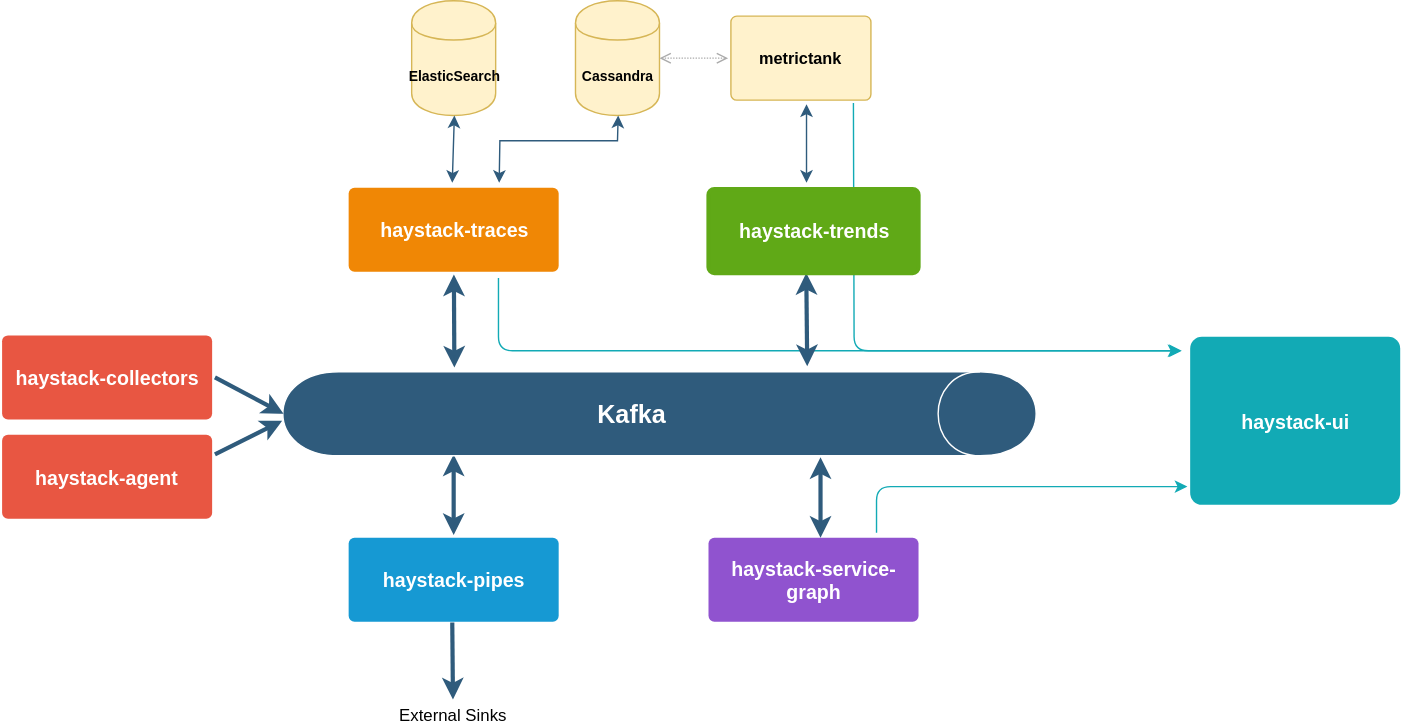
The draw.io diagram docsite/static/img/haystack-architecture.svg in ExpediaDotCom/haystack, before a commit. Source tidied: cells renumbered, new cells last; positions are measured from the earlier drawing's top-left corner, leaving out a move shared by most shapes.
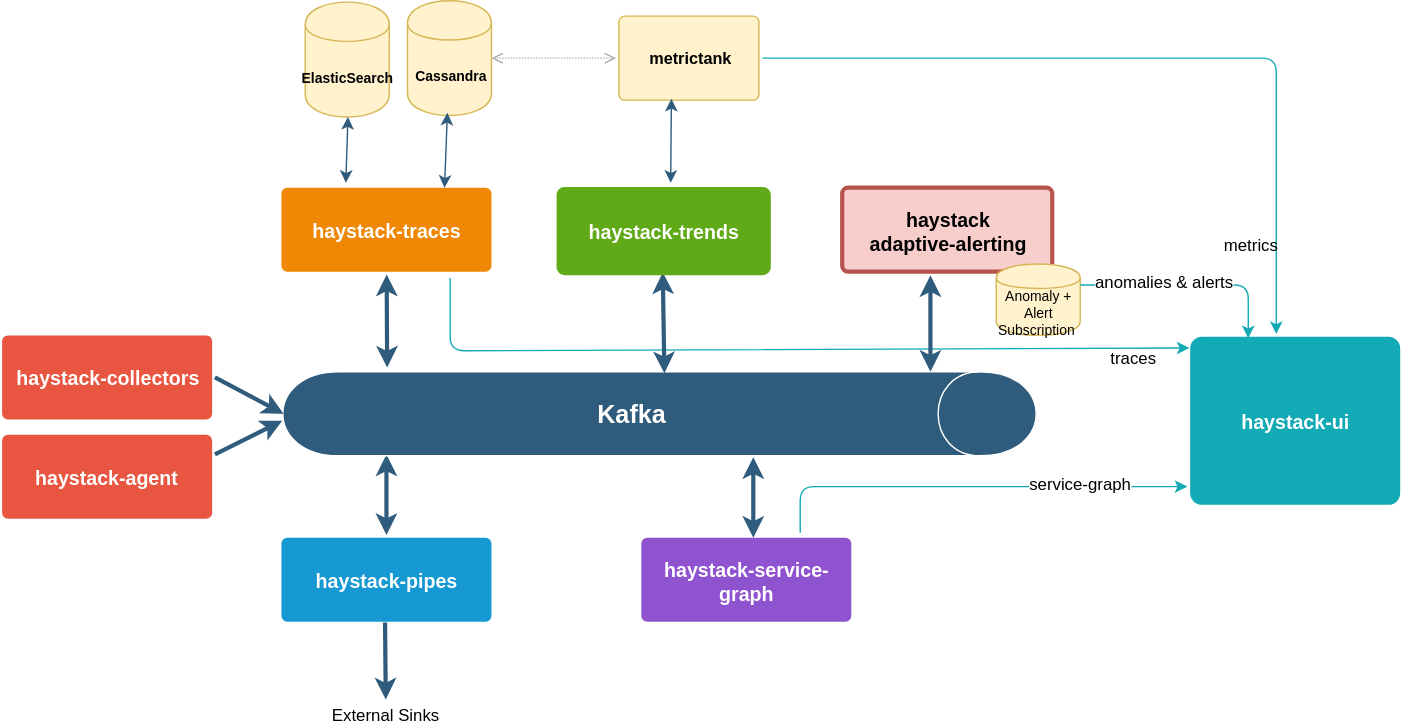
Above is the later version.

Change to the diagram source:
```diff
@@ -2,11 +2,15 @@
   <root>
     <mxCell id="0" />
     <mxCell id="1" parent="0" />
-    <mxCell id="2" style="edgeStyle=none;rounded=0;jumpStyle=none;html=1;shadow=0;labelBackgroundColor=none;startArrow=classic;startFill=1;endArrow=classic;endFill=1;jettySize=auto;strokeColor=#2F5B7C;strokeWidth=3;fontFamily=Helvetica;fontSize=16;fontColor=#23445D;spacing=5;exitX=-0.052;exitY=0.772;exitPerimeter=0;" parent="1" edge="1" source="10" target="7">
-      <mxGeometry relative="1" as="geometry" />
+    <mxCell id="2" style="edgeStyle=none;rounded=0;jumpStyle=none;html=1;shadow=0;labelBackgroundColor=none;startArrow=classic;startFill=1;endArrow=classic;endFill=1;jettySize=auto;strokeColor=#2F5B7C;strokeWidth=3;fontFamily=Helvetica;fontSize=16;fontColor=#23445D;spacing=5;exitX=-0.052;exitY=0.772;exitPerimeter=0;" parent="1" edge="1" target="7">
+      <mxGeometry relative="1" as="geometry">
+        <mxPoint x="275" y="262" as="sourcePoint" />
+      </mxGeometry>
     </mxCell>
-    <mxCell id="3" style="edgeStyle=none;rounded=0;jumpStyle=none;html=1;shadow=0;labelBackgroundColor=none;startArrow=classic;startFill=1;endArrow=classic;endFill=1;jettySize=auto;strokeColor=#2F5B7C;strokeWidth=3;fontFamily=Helvetica;fontSize=16;fontColor=#23445D;spacing=5;" parent="1" edge="1" source="4" target="6">
-      <mxGeometry relative="1" as="geometry" />
+    <mxCell id="3" style="edgeStyle=none;rounded=0;jumpStyle=none;html=1;shadow=0;labelBackgroundColor=none;startArrow=classic;startFill=1;endArrow=classic;endFill=1;jettySize=auto;strokeColor=#2F5B7C;strokeWidth=3;fontFamily=Helvetica;fontSize=16;fontColor=#23445D;spacing=5;" parent="1" edge="1" target="6">
+      <mxGeometry relative="1" as="geometry">
+        <mxPoint x="274.5" y="324" as="sourcePoint" />
+      </mxGeometry>
     </mxCell>
     <mxCell id="4" value="Advertising" style="rounded=1;whiteSpace=wrap;html=1;shadow=0;labelBackgroundColor=none;strokeColor=none;strokeWidth=3;fillColor=#2F5B7C;fontFamily=Helvetica;fontSize=16;fontColor=#FFFFFF;align=center;fontStyle=1;spacing=5;arcSize=7;perimeterSpacing=2;" parent="1" vertex="1">
       <mxGeometry x="247.5" y="271" width="150" height="51" as="geometry" />
@@ -15,20 +19,18 @@
       <mxGeometry y="310" width="150" height="60" as="geometry" />
     </mxCell>
     <mxCell id="6" value="haystack-pipes" style="rounded=1;whiteSpace=wrap;html=1;shadow=0;labelBackgroundColor=none;strokeColor=none;strokeWidth=3;fillColor=#1699d3;fontFamily=Helvetica;fontSize=14;fontColor=#FFFFFF;align=center;spacing=5;fontStyle=1;arcSize=7;perimeterSpacing=2;" parent="1" vertex="1">
-      <mxGeometry x="247.5" y="383.5" width="150" height="60" as="geometry" />
+      <mxGeometry x="199.5" y="383.5" width="150" height="60" as="geometry" />
     </mxCell>
     <mxCell id="7" value="haystack-traces" style="rounded=1;whiteSpace=wrap;html=1;shadow=0;labelBackgroundColor=none;strokeColor=none;strokeWidth=3;fillColor=#F08705;fontFamily=Helvetica;fontSize=14;fontColor=#FFFFFF;align=center;spacing=5;fontStyle=1;arcSize=7;perimeterSpacing=2;" parent="1" vertex="1">
-      <mxGeometry x="247.5" y="133.5" width="150" height="60" as="geometry" />
+      <mxGeometry x="199.5" y="133.5" width="150" height="60" as="geometry" />
     </mxCell>
     <mxCell id="8" value="haystack-ui" style="rounded=1;whiteSpace=wrap;html=1;shadow=0;labelBackgroundColor=none;strokeColor=none;strokeWidth=3;fillColor=#12aab5;fontFamily=Helvetica;fontSize=14;fontColor=#FFFFFF;align=center;spacing=5;fontStyle=1;arcSize=7;perimeterSpacing=2;" parent="1" vertex="1">
       <mxGeometry x="848.5" y="240" width="150" height="120" as="geometry" />
     </mxCell>
-    <mxCell id="9" style="edgeStyle=none;rounded=1;jumpStyle=none;html=1;shadow=0;labelBackgroundColor=none;startArrow=classic;startFill=1;jettySize=auto;orthogonalLoop=1;strokeColor=#12AAB5;strokeWidth=1;fontFamily=Helvetica;fontSize=14;fontColor=#FFFFFF;spacing=5;fontStyle=1;fillColor=#b0e3e6;endArrow=none;endFill=0;" parent="1" edge="1">
+    <mxCell id="9" style="edgeStyle=none;rounded=1;jumpStyle=none;html=1;shadow=0;labelBackgroundColor=none;startArrow=classic;startFill=1;jettySize=auto;strokeColor=#12AAB5;strokeWidth=1;fontFamily=Helvetica;fontSize=14;fontColor=#FFFFFF;spacing=5;fontStyle=1;fillColor=#b0e3e6;endArrow=none;endFill=0;entryX=0.795;entryY=1.039;entryDx=0;entryDy=0;entryPerimeter=0;exitX=0.01;exitY=0.081;exitDx=0;exitDy=0;exitPerimeter=0;" parent="1" edge="1" source="8" target="7">
       <mxGeometry relative="1" as="geometry">
-        <mxPoint x="842.5" y="250" as="sourcePoint" />
-        <mxPoint x="354.5" y="198" as="targetPoint" />
         <Array as="points">
-          <mxPoint x="354.5" y="250" />
+          <mxPoint x="320" y="250" />
         </Array>
       </mxGeometry>
     </mxCell>
@@ -41,79 +43,79 @@
     <mxCell id="12" style="edgeStyle=none;rounded=0;jumpStyle=none;html=1;shadow=0;labelBackgroundColor=none;startArrow=none;startFill=0;endArrow=classic;endFill=1;jettySize=auto;strokeColor=#2F5B7C;strokeWidth=3;fontFamily=Helvetica;fontSize=16;fontColor=#23445D;spacing=5;exitX=1;exitY=0.5;entryX=0.5;entryY=1;" parent="1" edge="1" source="11" target="10">
       <mxGeometry relative="1" as="geometry" />
     </mxCell>
-    <mxCell id="13" style="edgeStyle=none;rounded=0;jumpStyle=none;html=1;shadow=0;labelBackgroundColor=none;startArrow=classic;startFill=1;endArrow=classic;endFill=1;jettySize=auto;orthogonalLoop=1;strokeColor=#2F5B7C;strokeWidth=3;fontFamily=Helvetica;fontSize=16;fontColor=#23445D;spacing=5;exitX=-0.052;exitY=0.772;exitPerimeter=0;" parent="1" edge="1">
+    <mxCell id="13" style="edgeStyle=none;rounded=0;jumpStyle=none;html=1;shadow=0;labelBackgroundColor=none;startArrow=classic;startFill=1;endArrow=classic;endFill=1;jettySize=auto;orthogonalLoop=1;strokeColor=#2F5B7C;strokeWidth=3;fontFamily=Helvetica;fontSize=16;fontColor=#23445D;spacing=5;exitX=0.017;exitY=0.434;exitPerimeter=0;exitDx=0;exitDy=0;" parent="1" edge="1">
       <mxGeometry relative="1" as="geometry">
-        <mxPoint x="575" y="261" as="sourcePoint" />
-        <mxPoint x="574.3" y="194.5" as="targetPoint" />
+        <mxPoint x="473" y="266" as="sourcePoint" />
+        <mxPoint x="471.8" y="194" as="targetPoint" />
       </mxGeometry>
     </mxCell>
     <mxCell id="14" value="haystack-service-graph" style="rounded=1;whiteSpace=wrap;html=1;shadow=0;labelBackgroundColor=none;strokeColor=none;strokeWidth=3;fillColor=#9053CF;fontFamily=Helvetica;fontSize=14;fontColor=#FFFFFF;align=center;spacing=5;fontStyle=1;arcSize=7;perimeterSpacing=2;" parent="1" vertex="1">
-      <mxGeometry x="504.5" y="383.5" width="150" height="60" as="geometry" />
+      <mxGeometry x="456.5" y="383.5" width="150" height="60" as="geometry" />
     </mxCell>
     <mxCell id="15" style="edgeStyle=none;rounded=0;jumpStyle=none;html=1;shadow=0;labelBackgroundColor=none;startArrow=classic;startFill=1;endArrow=classic;endFill=1;jettySize=auto;orthogonalLoop=1;strokeColor=#2F5B7C;strokeWidth=3;fontFamily=Helvetica;fontSize=16;fontColor=#23445D;spacing=5;" parent="1" edge="1">
       <mxGeometry relative="1" as="geometry">
-        <mxPoint x="584.5" y="326" as="sourcePoint" />
-        <mxPoint x="584.5" y="383.5" as="targetPoint" />
+        <mxPoint x="536.5" y="326" as="sourcePoint" />
+        <mxPoint x="536.5" y="383.5" as="targetPoint" />
       </mxGeometry>
     </mxCell>
     <mxCell id="16" style="edgeStyle=none;rounded=1;jumpStyle=none;html=1;shadow=0;labelBackgroundColor=none;startArrow=classic;startFill=1;jettySize=auto;orthogonalLoop=1;strokeColor=#12AAB5;strokeWidth=1;fontFamily=Helvetica;fontSize=14;fontColor=#FFFFFF;spacing=5;fontStyle=1;fillColor=#b0e3e6;endArrow=none;endFill=0;" parent="1" edge="1">
       <mxGeometry relative="1" as="geometry">
         <mxPoint x="846.5" y="347" as="sourcePoint" />
-        <mxPoint x="624.5" y="380" as="targetPoint" />
+        <mxPoint x="570" y="380" as="targetPoint" />
         <Array as="points">
-          <mxPoint x="624.5" y="347" />
+          <mxPoint x="570" y="347" />
         </Array>
       </mxGeometry>
     </mxCell>
+    <mxCell id="29" value="service-graph" style="text;html=1;align=center;verticalAlign=middle;labelBackgroundColor=#ffffff;" parent="16" vertex="1">
+      <mxGeometry x="-0.5" y="-3" relative="1" as="geometry" />
+    </mxCell>
     <mxCell id="17" value="&lt;h5&gt;&lt;font&gt;ElasticSearch&lt;/font&gt;&lt;/h5&gt;" style="shape=cylinder;whiteSpace=wrap;html=1;boundedLbl=1;backgroundOutline=1;rotation=0;fillColor=#fff2cc;strokeColor=#d6b656;horizontal=1;" parent="1" vertex="1">
-      <mxGeometry x="292.5" width="60" height="82" as="geometry" />
+      <mxGeometry x="216.5" y="1" width="60" height="82" as="geometry" />
     </mxCell>
-    <mxCell id="18" style="edgeStyle=none;rounded=1;jumpStyle=none;html=1;shadow=0;labelBackgroundColor=none;startArrow=classic;startFill=1;jettySize=auto;strokeColor=#12AAB5;strokeWidth=1;fontFamily=Helvetica;fontSize=14;fontColor=#FFFFFF;spacing=5;fontStyle=1;fillColor=#b0e3e6;endArrow=none;endFill=0;entryX=0.862;entryY=0.998;entryPerimeter=0;" parent="1" edge="1" target="25">
+    <mxCell id="18" style="edgeStyle=none;rounded=1;jumpStyle=none;html=1;shadow=0;labelBackgroundColor=none;startArrow=classic;startFill=1;jettySize=auto;strokeColor=#12AAB5;strokeWidth=1;fontFamily=Helvetica;fontSize=14;fontColor=#FFFFFF;spacing=5;fontStyle=1;fillColor=#b0e3e6;endArrow=none;endFill=0;entryX=1;entryY=0.5;entryDx=0;entryDy=0;" parent="1" edge="1" target="25">
       <mxGeometry relative="1" as="geometry">
-        <mxPoint x="841.5" y="250" as="sourcePoint" />
+        <mxPoint x="910" y="238" as="sourcePoint" />
         <Array as="points">
-          <mxPoint x="608.5" y="250" />
+          <mxPoint x="910" y="41" />
         </Array>
       </mxGeometry>
     </mxCell>
     <mxCell id="19" style="edgeStyle=none;rounded=0;jumpStyle=none;html=1;shadow=0;labelBackgroundColor=none;startArrow=classic;startFill=1;endArrow=none;endFill=0;jettySize=auto;orthogonalLoop=1;strokeColor=#2F5B7C;strokeWidth=3;fontFamily=Helvetica;fontSize=16;fontColor=#23445D;spacing=5;exitX=-0.052;exitY=0.772;exitPerimeter=0;" parent="1" edge="1">
       <mxGeometry relative="1" as="geometry">
-        <mxPoint x="322" y="499" as="sourcePoint" />
-        <mxPoint x="321.5" y="444" as="targetPoint" />
+        <mxPoint x="274" y="499" as="sourcePoint" />
+        <mxPoint x="273.5" y="444" as="targetPoint" />
       </mxGeometry>
     </mxCell>
     <mxCell id="20" value="External Sinks" style="text;html=1;align=left;verticalAlign=top;spacingTop=-4;" parent="1" vertex="1">
-      <mxGeometry x="281.5" y="501" width="90" height="10" as="geometry" />
+      <mxGeometry x="233.5" y="501" width="90" height="10" as="geometry" />
     </mxCell>
     <mxCell id="21" style="edgeStyle=none;rounded=0;jumpStyle=none;html=1;shadow=0;labelBackgroundColor=none;startArrow=classic;startFill=1;endArrow=classic;endFill=1;jettySize=auto;strokeColor=#2F5B7C;strokeWidth=1;fontFamily=Helvetica;fontSize=16;fontColor=#23445D;spacing=5;entryX=0.5;entryY=1;" parent="1" edge="1" target="17">
       <mxGeometry relative="1" as="geometry">
-        <mxPoint x="321.5" y="130" as="sourcePoint" />
+        <mxPoint x="245.5" y="130" as="sourcePoint" />
       </mxGeometry>
     </mxCell>
     <mxCell id="22" value="&lt;h5&gt;Cassandra&lt;/h5&gt;" style="shape=cylinder;whiteSpace=wrap;html=1;boundedLbl=1;backgroundOutline=1;rotation=0;fillColor=#fff2cc;strokeColor=#d6b656;horizontal=1;" parent="1" vertex="1">
-      <mxGeometry x="409.5" width="60" height="82" as="geometry" />
+      <mxGeometry x="289.5" width="60" height="82" as="geometry" />
     </mxCell>
-    <mxCell id="23" style="edgeStyle=none;rounded=0;jumpStyle=none;html=1;shadow=0;labelBackgroundColor=none;startArrow=classic;startFill=1;endArrow=classic;endFill=1;jettySize=auto;strokeColor=#2F5B7C;strokeWidth=1;fontFamily=Helvetica;fontSize=16;fontColor=#23445D;spacing=5;entryX=0.5;entryY=1;exitX=0.712;exitY=-0.018;exitPerimeter=0;" parent="1" edge="1" source="7" target="22">
-      <mxGeometry relative="1" as="geometry">
-        <Array as="points">
-          <mxPoint x="355.5" y="100" />
-          <mxPoint x="439.5" y="100" />
-        </Array>
-      </mxGeometry>
-    </mxCell>
     <mxCell id="24" style="edgeStyle=orthogonalEdgeStyle;rounded=0;html=1;startArrow=open;startFill=0;endArrow=open;endFill=0;jettySize=auto;strokeWidth=1;fontColor=#000000;dashed=1;dashPattern=1 1;strokeColor=#ABABAB;" parent="1" edge="1" source="25" target="22">
-      <mxGeometry relative="1" as="geometry" />
+      <mxGeometry relative="1" as="geometry">
+        <Array as="points">
+          <mxPoint x="450" y="45" />
+          <mxPoint x="450" y="45" />
+        </Array>
+      </mxGeometry>
     </mxCell>
     <mxCell id="25" value="&lt;h5&gt;metrictank&lt;/h5&gt;" style="rounded=1;whiteSpace=wrap;html=1;shadow=0;labelBackgroundColor=none;strokeColor=#d6b656;strokeWidth=1;fillColor=#fff2cc;fontFamily=Helvetica;fontSize=14;align=center;spacing=5;fontStyle=1;arcSize=7;perimeterSpacing=2;" parent="1" vertex="1">
-      <mxGeometry x="520.5" y="11" width="100" height="60" as="geometry" />
+      <mxGeometry x="440.5" y="11" width="100" height="60" as="geometry" />
     </mxCell>
     <mxCell id="26" value="haystack-trends" style="rounded=1;whiteSpace=wrap;html=1;shadow=0;labelBackgroundColor=none;strokeColor=#60a917;strokeWidth=3;fillColor=#60a917;fontFamily=Helvetica;fontSize=14;fontColor=#ffffff;align=center;spacing=5;fontStyle=1;arcSize=7;perimeterSpacing=2;" parent="1" vertex="1">
-      <mxGeometry x="504.5" y="134.5" width="150" height="60" as="geometry" />
+      <mxGeometry x="397.5" y="134.5" width="150" height="60" as="geometry" />
     </mxCell>
     <mxCell id="27" style="edgeStyle=none;rounded=0;jumpStyle=none;html=1;shadow=0;labelBackgroundColor=none;startArrow=classic;startFill=1;endArrow=classic;endFill=1;jettySize=auto;orthogonalLoop=1;strokeColor=#2F5B7C;strokeWidth=1;fontFamily=Helvetica;fontSize=16;fontColor=#23445D;spacing=5;" parent="1" edge="1">
       <mxGeometry relative="1" as="geometry">
-        <mxPoint x="574.5" y="130" as="sourcePoint" />
-        <mxPoint x="574.5" y="74" as="targetPoint" />
+        <mxPoint x="477.5" y="130" as="sourcePoint" />
+        <mxPoint x="478" y="70" as="targetPoint" />
       </mxGeometry>
     </mxCell>
     <mxCell id="28" style="edgeStyle=none;rounded=0;jumpStyle=none;html=1;shadow=0;labelBackgroundColor=none;startArrow=none;startFill=0;endArrow=classic;endFill=1;jettySize=auto;strokeColor=#2F5B7C;strokeWidth=3;fontFamily=Helvetica;fontSize=16;fontColor=#23445D;spacing=5;exitX=1;exitY=0.25;" parent="1" edge="1" source="5">
@@ -121,5 +123,42 @@
         <mxPoint x="200" y="300" as="targetPoint" />
       </mxGeometry>
     </mxCell>
+    <mxCell id="30" value="haystack&lt;br&gt;adaptive-alerting" style="rounded=1;whiteSpace=wrap;html=1;shadow=0;labelBackgroundColor=none;strokeColor=#b85450;strokeWidth=3;fillColor=#f8cecc;fontFamily=Helvetica;fontSize=14;align=center;spacing=5;fontStyle=1;arcSize=7;perimeterSpacing=2;" parent="1" vertex="1">
+      <mxGeometry x="600" y="133.5" width="150" height="60" as="geometry" />
+    </mxCell>
+    <mxCell id="31" style="edgeStyle=none;rounded=0;jumpStyle=none;html=1;shadow=0;labelBackgroundColor=none;startArrow=classic;startFill=1;endArrow=classic;endFill=1;jettySize=auto;orthogonalLoop=1;strokeColor=#2F5B7C;strokeWidth=3;fontFamily=Helvetica;fontSize=16;fontColor=#23445D;spacing=5;exitX=0;exitY=0.099;exitPerimeter=0;exitDx=0;exitDy=0;" parent="1" edge="1">
+      <mxGeometry relative="1" as="geometry">
+        <mxPoint x="663" y="265" as="sourcePoint" />
+        <mxPoint x="663" y="196" as="targetPoint" />
+      </mxGeometry>
+    </mxCell>
+    <mxCell id="32" style="edgeStyle=none;rounded=0;jumpStyle=none;html=1;shadow=0;labelBackgroundColor=none;startArrow=classic;startFill=1;endArrow=classic;endFill=1;jettySize=auto;orthogonalLoop=1;strokeColor=#2F5B7C;strokeWidth=1;fontFamily=Helvetica;fontSize=16;fontColor=#23445D;spacing=5;" parent="1" edge="1">
+      <mxGeometry relative="1" as="geometry">
+        <mxPoint x="316" y="133.5" as="sourcePoint" />
+        <mxPoint x="318" y="80" as="targetPoint" />
+      </mxGeometry>
+    </mxCell>
+    <mxCell id="33" value="&lt;h5&gt;&lt;font style=&quot;font-weight: normal&quot;&gt;Anomaly + Alert Subscription&amp;nbsp;&lt;/font&gt;&lt;/h5&gt;" style="shape=cylinder;whiteSpace=wrap;html=1;boundedLbl=1;backgroundOutline=1;rotation=0;fillColor=#fff2cc;strokeColor=#d6b656;horizontal=1;" parent="1" vertex="1">
+      <mxGeometry x="710" y="188" width="60" height="51" as="geometry" />
+    </mxCell>
+    <mxCell id="34" style="edgeStyle=none;rounded=1;jumpStyle=none;html=1;shadow=0;labelBackgroundColor=none;startArrow=classic;startFill=1;jettySize=auto;strokeColor=#12AAB5;strokeWidth=1;fontFamily=Helvetica;fontSize=14;fontColor=#FFFFFF;spacing=5;fontStyle=1;fillColor=#b0e3e6;endArrow=none;endFill=0;entryX=1;entryY=0.3;entryDx=0;entryDy=0;" parent="1" edge="1" target="33">
+      <mxGeometry relative="1" as="geometry">
+        <mxPoint x="890" y="241" as="sourcePoint" />
+        <Array as="points">
+          <mxPoint x="890" y="203" />
+        </Array>
+      </mxGeometry>
+    </mxCell>
+    <mxCell id="35" value="anomalies &amp;amp; alerts" style="text;html=1;align=center;verticalAlign=middle;labelBackgroundColor=#ffffff;" parent="34" vertex="1">
+      <mxGeometry x="0.52" relative="1" as="geometry">
+        <mxPoint x="22" y="-3" as="offset" />
+      </mxGeometry>
+    </mxCell>
+    <mxCell id="36" value="metrics" style="text;html=1;align=left;verticalAlign=top;spacingTop=-4;" parent="1" vertex="1">
+      <mxGeometry x="870.5" y="164.5" width="50" height="20" as="geometry" />
+    </mxCell>
+    <mxCell id="37" value="traces" style="text;html=1;align=left;verticalAlign=top;spacingTop=-4;" parent="1" vertex="1">
+      <mxGeometry x="790" y="246" width="50" height="20" as="geometry" />
+    </mxCell>
   </root>
 </mxGraphModel>
```
